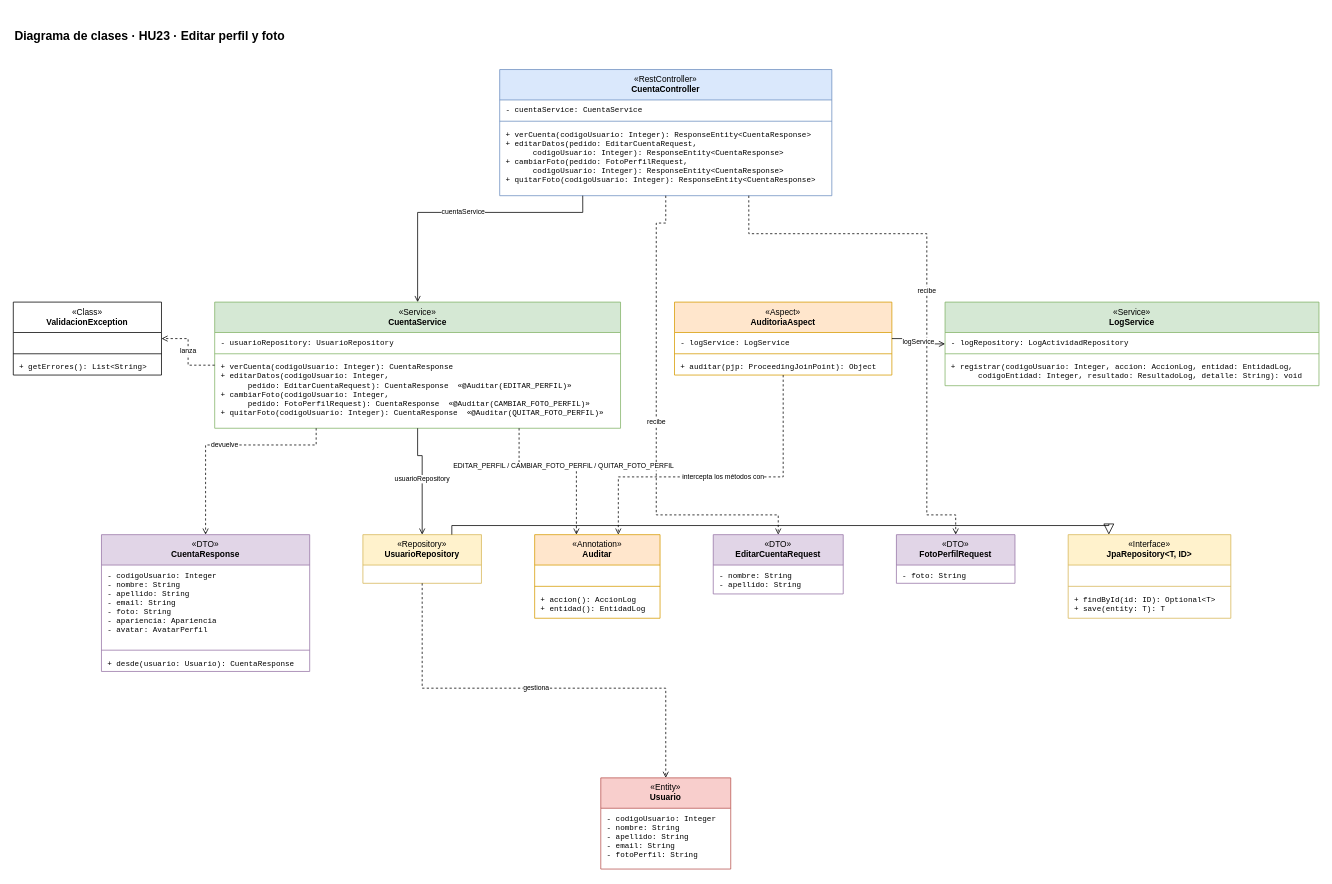
This is docs/Diagramas/Clases/HU23_clases.drawio from FelipeBeltranING/metamorfosis, a draw.io file, before an edit. Source tidied: cells renumbered, new cells numbered last; positions are measured from the earlier drawing's top-left corner, leaving out a move shared by most shapes. Both pictures are drawn from the tidied source at 76%, with x=0, y=0 at pixel (13, 24).
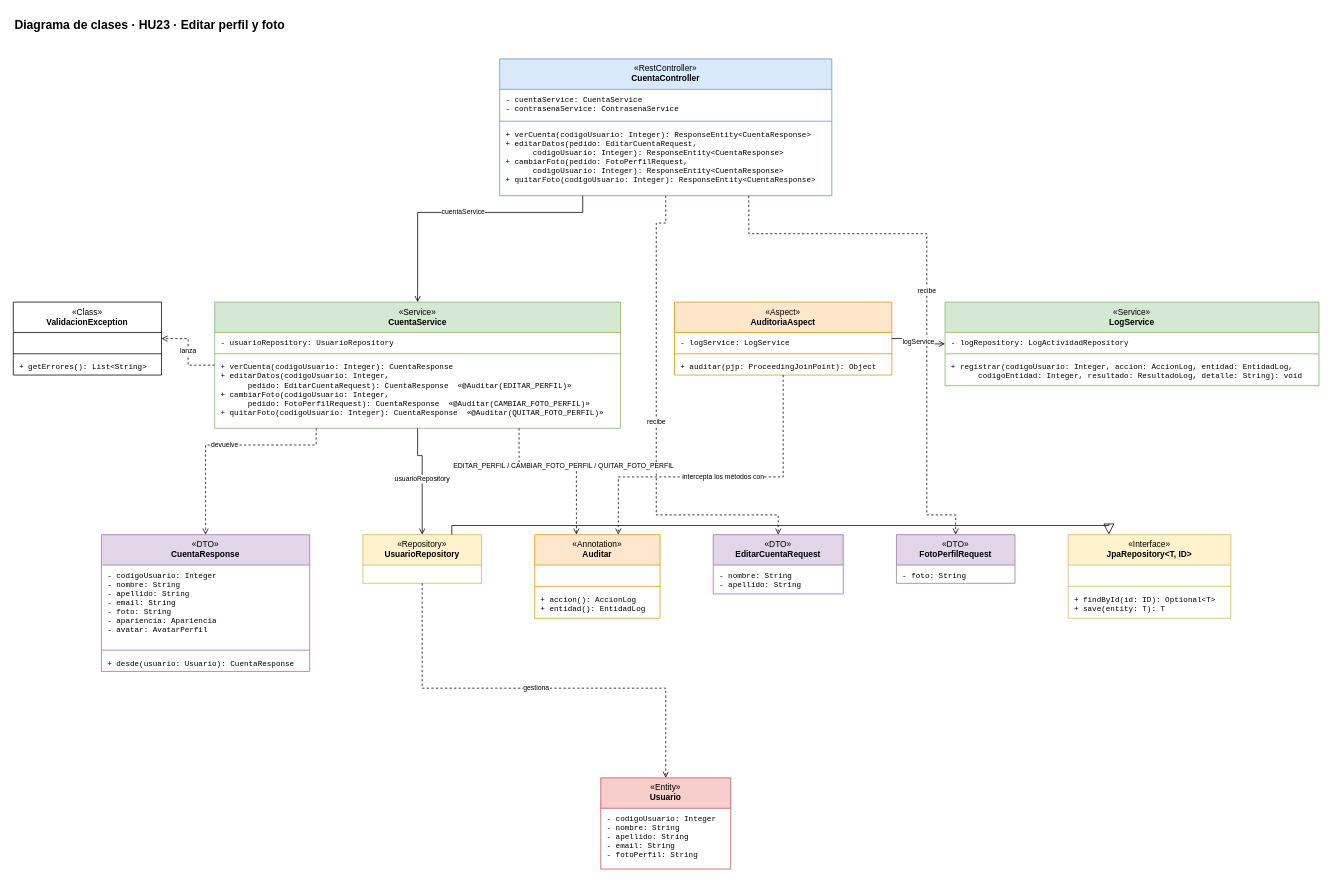
The same page after the edit.

Commit message (it also covers changes not shown here):
docs(diagramas): clases de HU10, HU20, HU23 y HU30 al día con el código

What changed in the source:
```diff
@@
     <mxCell id="2" value="&lt;b&gt;Diagrama de clases · HU23 · Editar perfil y foto&lt;/b&gt;" style="text;html=1;align=left;verticalAlign=middle;fontSize=16;" parent="1" vertex="1">
-      <mxGeometry width="1718" height="30" as="geometry" />
+      <mxGeometry y="-14" width="1718" height="30" as="geometry" />
     </mxCell>
     <mxCell id="3" value="«RestController»&lt;br&gt;&lt;b&gt;CuentaController&lt;/b&gt;" style="swimlane;fontStyle=0;align=center;verticalAlign=top;horizontal=1;startSize=40;html=1;whiteSpace=wrap;fillColor=#dae8fc;strokeColor=#6c8ebf;fontSize=11;" parent="1" vertex="1">
-      <mxGeometry x="640" y="60" width="437" height="166" as="geometry" />
+      <mxGeometry x="640" y="46" width="437" height="180" as="geometry" />
     </mxCell>
-    <mxCell id="4" value="- cuentaService: CuentaService" style="text;strokeColor=none;fillColor=none;align=left;verticalAlign=top;spacingLeft=6;spacingRight=4;spacingTop=2;overflow=hidden;html=1;whiteSpace=nowrap;fontSize=10;fontFamily=Courier New;" parent="3" vertex="1">
-      <mxGeometry y="40" width="437" height="24" as="geometry" />
+    <mxCell id="4" value="- cuentaService: CuentaService&lt;br&gt;- contrasenaService: ContrasenaService" style="text;strokeColor=none;fillColor=none;align=left;verticalAlign=top;spacingLeft=6;spacingRight=4;spacingTop=2;overflow=hidden;html=1;whiteSpace=nowrap;fontSize=10;fontFamily=Courier New;" parent="3" vertex="1">
+      <mxGeometry y="40" width="437" height="38" as="geometry" />
     </mxCell>
     <mxCell id="5" style="line;strokeWidth=1;fillColor=none;align=left;verticalAlign=middle;spacingTop=-1;spacingLeft=3;spacingRight=3;labelPosition=right;strokeColor=inherit;" parent="3" vertex="1">
-      <mxGeometry y="64" width="437" height="8" as="geometry" />
+      <mxGeometry y="78" width="437" height="8" as="geometry" />
     </mxCell>
     <mxCell id="6" value="+ verCuenta(codigoUsuario: Integer): ResponseEntity&amp;lt;CuentaResponse&amp;gt;&lt;br&gt;+ editarDatos(pedido: EditarCuentaRequest,&lt;br&gt;&amp;nbsp;&amp;nbsp;&amp;nbsp;&amp;nbsp;&amp;nbsp;&amp;nbsp;codigoUsuario: Integer): ResponseEntity&amp;lt;CuentaResponse&amp;gt;&lt;br&gt;+ cambiarFoto(pedido: FotoPerfilRequest,&lt;br&gt;&amp;nbsp;&amp;nbsp;&amp;nbsp;&amp;nbsp;&amp;nbsp;&amp;nbsp;codigoUsuario: Integer): ResponseEntity&amp;lt;CuentaResponse&amp;gt;&lt;br&gt;+ quitarFoto(codigoUsuario: Integer): ResponseEntity&amp;lt;CuentaResponse&amp;gt;" style="text;strokeColor=none;fillColor=none;align=left;verticalAlign=top;spacingLeft=6;spacingRight=4;spacingTop=2;overflow=hidden;html=1;whiteSpace=nowrap;fontSize=10;fontFamily=Courier New;" parent="3" vertex="1">
-      <mxGeometry y="72" width="437" height="94" as="geometry" />
+      <mxGeometry y="86" width="437" height="94" as="geometry" />
     </mxCell>
```
